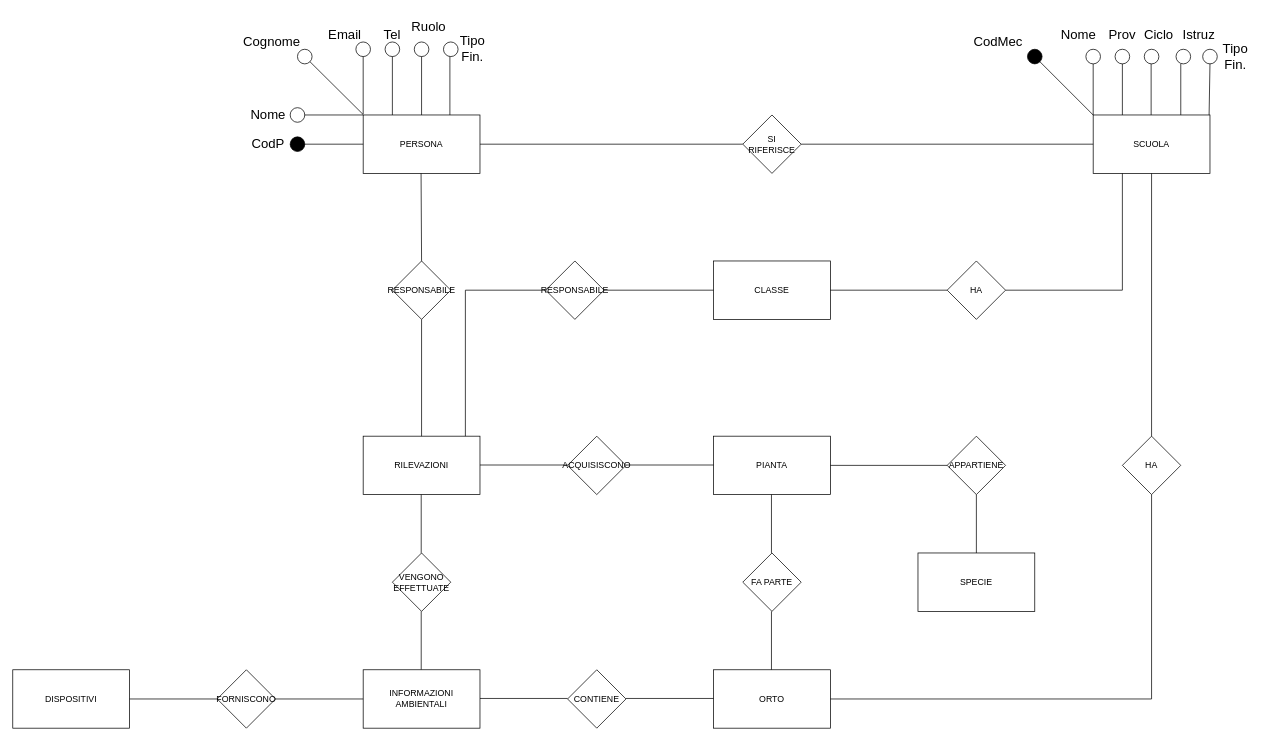
The draw.io diagram BD_ER_2023.drawio in pizzo-kyle/unige, before the edit. Source tidied: cells renumbered, new cells numbered last; positions are measured from the earlier drawing's top-left corner, leaving out a move shared by most shapes. Both pictures are drawn from the tidied source at 73%, with x=0, y=0 at pixel (12, 12).
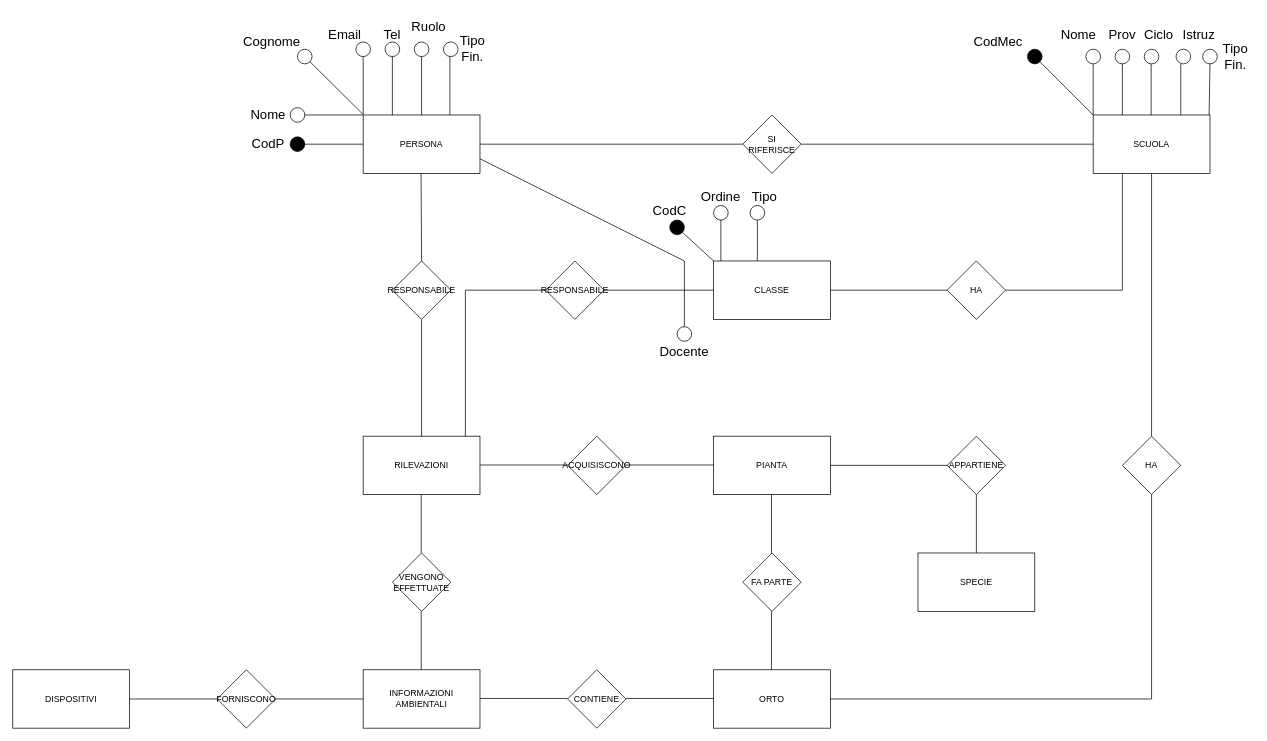
The same page after the edit.

Unchanged cells that the change refers to:
```xml
<mxCell id="3" value="PERSONA" style="rounded=0;whiteSpace=wrap;html=1;" parent="1" vertex="1">
  <mxGeometry x="480" y="140" width="160" height="80" as="geometry" />
</mxCell>
```

Change to the diagram source:
```diff
@@
+    <mxCell id="86" style="endArrow=none;html=1;rounded=0;" parent="1" edge="1" source="97">
+      <mxGeometry relative="1" as="geometry">
+        <mxPoint x="910" y="300" as="targetPoint" />
+      </mxGeometry>
+    </mxCell>
+    <mxCell id="87" value="&lt;font style=&quot;font-size: 18px;&quot;&gt;CodC&lt;/font&gt;" style="text;html=1;strokeColor=none;fillColor=none;align=center;verticalAlign=middle;whiteSpace=wrap;rounded=0;" parent="1" vertex="1">
+      <mxGeometry x="870" y="260" width="60" height="24" as="geometry" />
+    </mxCell>
+    <mxCell id="88" style="endArrow=none;html=1;rounded=0;" parent="1" edge="1" source="90">
+      <mxGeometry relative="1" as="geometry">
+        <mxPoint x="970" y="280" as="targetPoint" />
+      </mxGeometry>
+    </mxCell>
+    <mxCell id="89" style="endArrow=none;html=1;rounded=0;" parent="1" edge="1" target="90">
+      <mxGeometry relative="1" as="geometry">
+        <mxPoint x="970" y="340" as="sourcePoint" />
+      </mxGeometry>
+    </mxCell>
+    <mxCell id="90" style="ellipse;whiteSpace=wrap;html=1;" parent="1" vertex="1">
+      <mxGeometry x="960" y="264" width="20" height="20" as="geometry" />
+    </mxCell>
+    <mxCell id="91" value="&lt;font style=&quot;font-size: 18px;&quot;&gt;Ordine&lt;/font&gt;" style="text;html=1;strokeColor=none;fillColor=none;align=center;verticalAlign=middle;whiteSpace=wrap;rounded=0;" parent="1" vertex="1">
+      <mxGeometry x="940" y="237" width="60" height="30" as="geometry" />
+    </mxCell>
+    <mxCell id="92" style="endArrow=none;html=1;rounded=0;" parent="1" edge="1" source="94">
+      <mxGeometry relative="1" as="geometry">
+        <mxPoint x="1020" y="280" as="targetPoint" />
+      </mxGeometry>
+    </mxCell>
+    <mxCell id="93" style="endArrow=none;html=1;rounded=0;" parent="1" edge="1" target="94">
+      <mxGeometry relative="1" as="geometry">
+        <mxPoint x="1020" y="340" as="sourcePoint" />
+      </mxGeometry>
+    </mxCell>
+    <mxCell id="94" style="ellipse;whiteSpace=wrap;html=1;" parent="1" vertex="1">
+      <mxGeometry x="1010" y="264" width="20" height="20" as="geometry" />
+    </mxCell>
+    <mxCell id="95" value="&lt;font style=&quot;font-size: 18px;&quot;&gt;Tipo&lt;/font&gt;" style="text;html=1;strokeColor=none;fillColor=none;align=center;verticalAlign=middle;whiteSpace=wrap;rounded=0;" parent="1" vertex="1">
+      <mxGeometry x="1000" y="237" width="60" height="30" as="geometry" />
+    </mxCell>
+    <mxCell id="96" style="endArrow=none;html=1;rounded=0;" parent="1" edge="1" target="97">
+      <mxGeometry relative="1" as="geometry">
+        <mxPoint x="960" y="340" as="sourcePoint" />
+      </mxGeometry>
+    </mxCell>
+    <mxCell id="97" style="ellipse;whiteSpace=wrap;html=1;fillColor=#000000;" parent="1" vertex="1">
+      <mxGeometry x="900" y="284" width="20" height="20" as="geometry" />
+    </mxCell>
+    <mxCell id="98" style="endArrow=none;html=1;rounded=0;exitX=0;exitY=0.25;exitDx=0;exitDy=0;" parent="1" edge="1" source="100">
+      <mxGeometry relative="1" as="geometry">
+        <mxPoint x="920" y="440" as="targetPoint" />
+      </mxGeometry>
+    </mxCell>
+    <mxCell id="99" style="endArrow=none;html=1;rounded=0;exitX=1;exitY=0.75;exitDx=0;exitDy=0;" parent="1" edge="1" source="3" target="100">
+      <mxGeometry relative="1" as="geometry">
+        <Array as="points">
+          <mxPoint x="920" y="340" />
+        </Array>
+      </mxGeometry>
+    </mxCell>
+    <mxCell id="100" style="ellipse;whiteSpace=wrap;html=1;" parent="1" vertex="1">
+      <mxGeometry x="910" y="430" width="20" height="20" as="geometry" />
+    </mxCell>
+    <mxCell id="101" value="&lt;font style=&quot;font-size: 18px;&quot;&gt;Docente&lt;/font&gt;" style="text;html=1;strokeColor=none;fillColor=none;align=center;verticalAlign=middle;whiteSpace=wrap;rounded=0;" parent="1" vertex="1">
+      <mxGeometry x="890" y="450" width="60" height="30" as="geometry" />
+    </mxCell>
```
